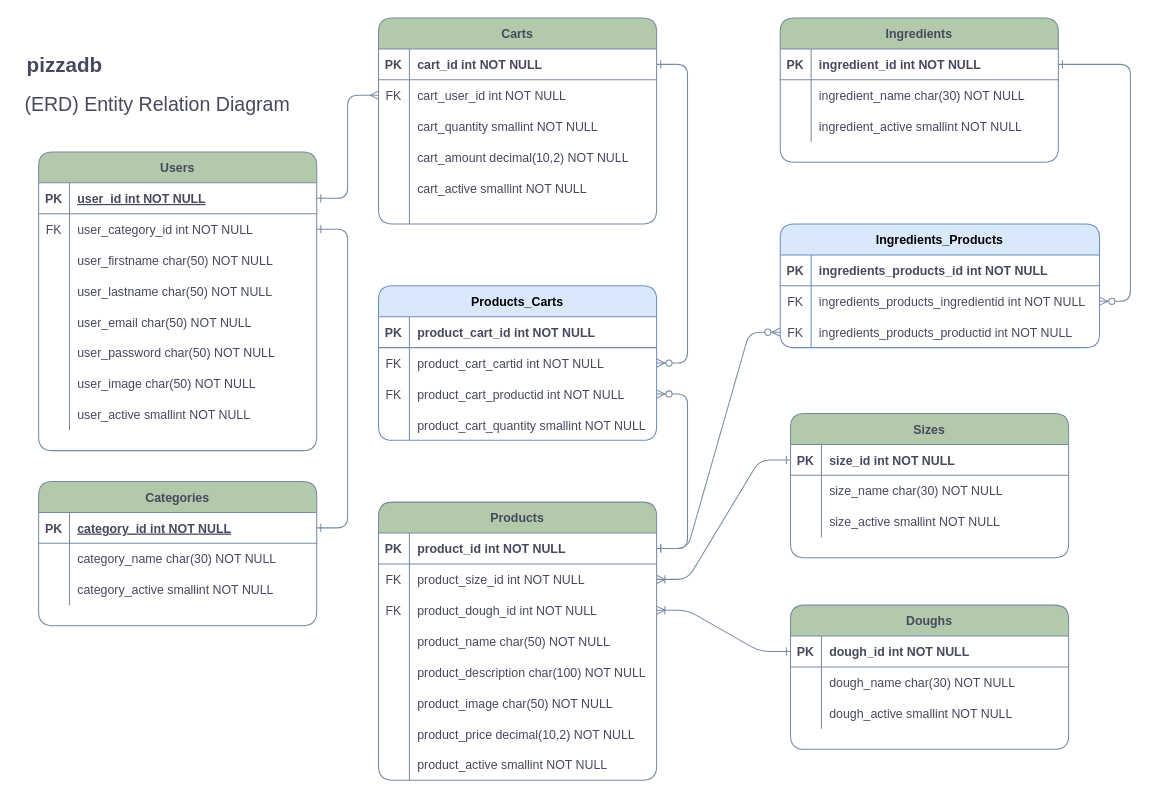
Earlier version of the draw.io diagram Docs/diagrams/erd/pizzadb_erd.drawio (fvignoles/grupo_05_e-pizza). Source tidied: cells renumbered, new cells numbered last; positions are measured from the earlier drawing's top-left corner, leaving out a move shared by most shapes. Both pictures are drawn from the tidied source at 103%, with x=0, y=0 at pixel (18, 18).
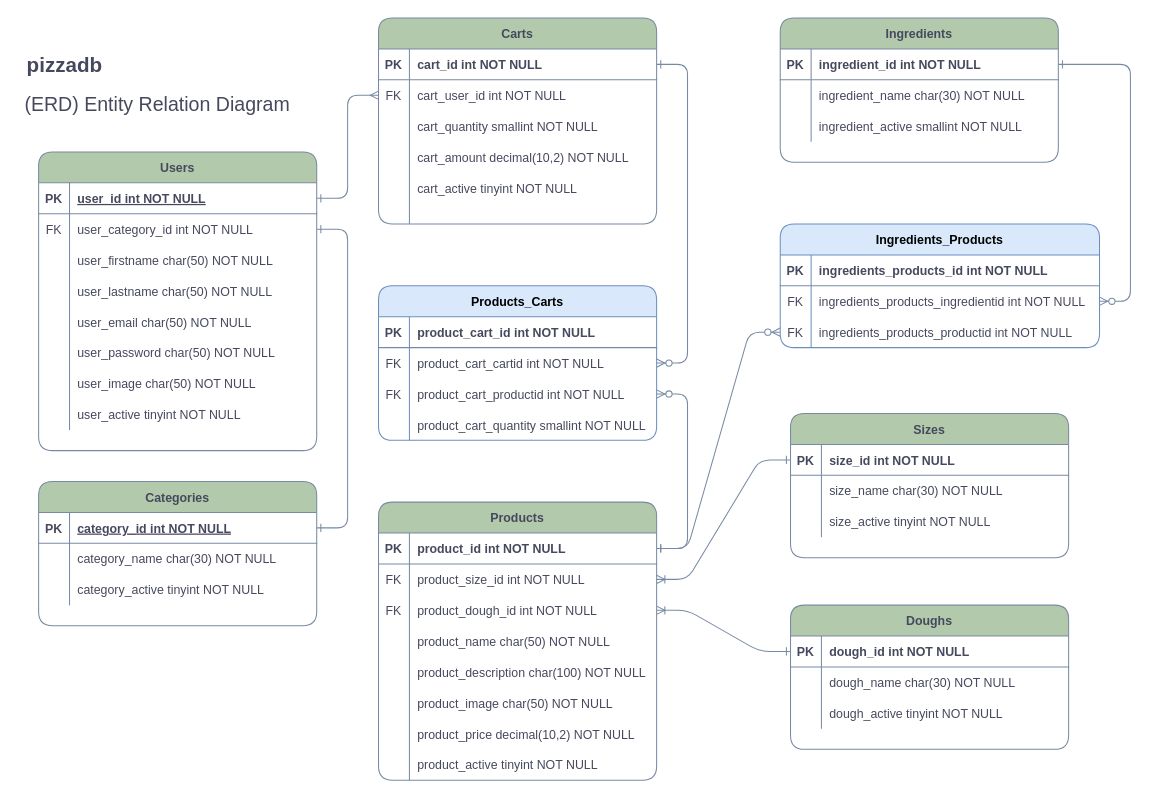
After the change.

Unchanged cells that the change refers to:
```xml
<mxCell id="10" style="shape=partialRectangle;fillColor=none;top=0;left=0;right=0;bottom=0;rounded=1;strokeColor=#788AA3;fontColor=#46495D;" parent="3" vertex="1">
  <mxGeometry y="90" width="270" height="30" as="geometry" />
</mxCell>
<mxCell id="35" style="shape=partialRectangle;fillColor=none;top=0;left=0;bottom=0;right=0;rounded=1;strokeColor=#788AA3;fontColor=#46495D;" parent="13" vertex="1">
  <mxGeometry y="240" width="270" height="30" as="geometry" />
</mxCell>
<mxCell id="47" style="shape=partialRectangle;fillColor=none;top=0;left=0;right=0;bottom=0;rounded=1;strokeColor=#788AA3;fontColor=#46495D;" parent="40" vertex="1">
  <mxGeometry y="90" width="270" height="30" as="geometry" />
</mxCell>
<mxCell id="83" style="shape=partialRectangle;fillColor=none;top=0;left=0;bottom=0;right=0;rounded=1;strokeColor=#788AA3;fontColor=#46495D;" parent="61" vertex="1">
  <mxGeometry y="240" width="270" height="30" as="geometry" />
</mxCell>
<mxCell id="93" style="shape=partialRectangle;fillColor=none;top=0;left=0;right=0;bottom=0;rounded=1;strokeColor=#788AA3;fontColor=#46495D;" parent="86" vertex="1">
  <mxGeometry y="90" width="270" height="30" as="geometry" />
</mxCell>
<mxCell id="112" style="shape=partialRectangle;fillColor=none;top=0;left=0;bottom=0;right=0;rounded=0;sketch=0;fontSize=12;fontColor=#46495D;strokeColor=#788AA3;" parent="99" vertex="1">
  <mxGeometry y="150" width="270" height="30" as="geometry" />
</mxCell>
```

Diff of the diagram source:
```diff
@@
-    <mxCell id="12" value="size_active smallint NOT NULL" style="shape=partialRectangle;overflow=hidden;fillColor=none;top=0;left=0;bottom=0;right=0;align=left;spacingLeft=6;rounded=1;strokeColor=#788AA3;fontColor=#46495D;" parent="10" vertex="1">
+    <mxCell id="12" value="size_active tinyint NOT NULL" style="shape=partialRectangle;overflow=hidden;fillColor=none;top=0;left=0;bottom=0;right=0;align=left;spacingLeft=6;rounded=1;strokeColor=#788AA3;fontColor=#46495D;" parent="10" vertex="1">
       <mxGeometry x="30" width="240" height="30" as="geometry" />
     </mxCell>
@@
-    <mxCell id="37" value="product_active smallint NOT NULL" style="shape=partialRectangle;fillColor=none;top=0;left=0;bottom=0;right=0;align=left;spacingLeft=6;overflow=hidden;rounded=1;strokeColor=#788AA3;fontColor=#46495D;" parent="35" vertex="1">
+    <mxCell id="37" value="product_active tinyint NOT NULL" style="shape=partialRectangle;fillColor=none;top=0;left=0;bottom=0;right=0;align=left;spacingLeft=6;overflow=hidden;rounded=1;strokeColor=#788AA3;fontColor=#46495D;" parent="35" vertex="1">
       <mxGeometry x="30" width="240" height="30" as="geometry" />
     </mxCell>
@@
-    <mxCell id="49" value="dough_active smallint NOT NULL" style="shape=partialRectangle;overflow=hidden;fillColor=none;top=0;left=0;bottom=0;right=0;align=left;spacingLeft=6;rounded=1;strokeColor=#788AA3;fontColor=#46495D;" parent="47" vertex="1">
+    <mxCell id="49" value="dough_active tinyint NOT NULL" style="shape=partialRectangle;overflow=hidden;fillColor=none;top=0;left=0;bottom=0;right=0;align=left;spacingLeft=6;rounded=1;strokeColor=#788AA3;fontColor=#46495D;" parent="47" vertex="1">
       <mxGeometry x="30" width="240" height="30" as="geometry" />
     </mxCell>
@@
-    <mxCell id="85" value="user_active smallint NOT NULL" style="shape=partialRectangle;fillColor=none;top=0;left=0;bottom=0;right=0;align=left;spacingLeft=6;overflow=hidden;rounded=1;strokeColor=#788AA3;fontColor=#46495D;" parent="83" vertex="1">
+    <mxCell id="85" value="user_active tinyint NOT NULL" style="shape=partialRectangle;fillColor=none;top=0;left=0;bottom=0;right=0;align=left;spacingLeft=6;overflow=hidden;rounded=1;strokeColor=#788AA3;fontColor=#46495D;" parent="83" vertex="1">
       <mxGeometry x="30" width="240" height="30" as="geometry" />
     </mxCell>
@@
-    <mxCell id="95" value="category_active smallint NOT NULL" style="shape=partialRectangle;overflow=hidden;fillColor=none;top=0;left=0;bottom=0;right=0;align=left;spacingLeft=6;rounded=1;strokeColor=#788AA3;fontColor=#46495D;" parent="93" vertex="1">
+    <mxCell id="95" value="category_active tinyint NOT NULL" style="shape=partialRectangle;overflow=hidden;fillColor=none;top=0;left=0;bottom=0;right=0;align=left;spacingLeft=6;rounded=1;strokeColor=#788AA3;fontColor=#46495D;" parent="93" vertex="1">
       <mxGeometry x="30" width="240" height="30" as="geometry" />
     </mxCell>
@@
-    <mxCell id="114" value="cart_active smallint NOT NULL" style="shape=partialRectangle;fillColor=none;top=0;left=0;bottom=0;right=0;align=left;spacingLeft=6;overflow=hidden;rounded=0;sketch=0;fontSize=12;fontColor=#46495D;strokeColor=#788AA3;" parent="112" vertex="1">
+    <mxCell id="114" value="cart_active tinyint NOT NULL" style="shape=partialRectangle;fillColor=none;top=0;left=0;bottom=0;right=0;align=left;spacingLeft=6;overflow=hidden;rounded=0;sketch=0;fontSize=12;fontColor=#46495D;strokeColor=#788AA3;" parent="112" vertex="1">
       <mxGeometry x="30" width="240" height="30" as="geometry" />
     </mxCell>
```
